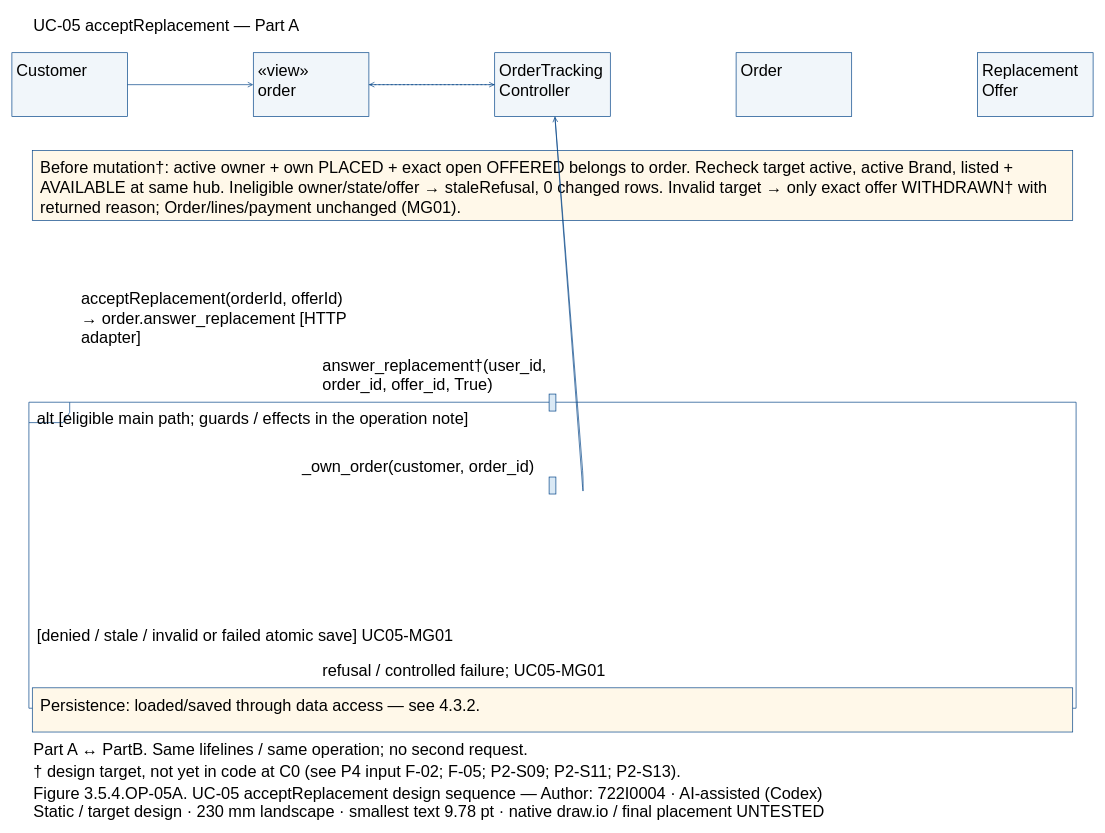
Dat071104/SaigonBite keeps this draw.io diagram as models/UC-05/seq_uc05_acceptReplacement_PartA.drawio. Above is the earlier version. Source tidied: cells renumbered, new cells numbered last; positions are measured from the earlier drawing's top-left corner, leaving out a move shared by most shapes. Both pictures are drawn from the tidied source at 68%, with x=0, y=0 at pixel (12, 12).
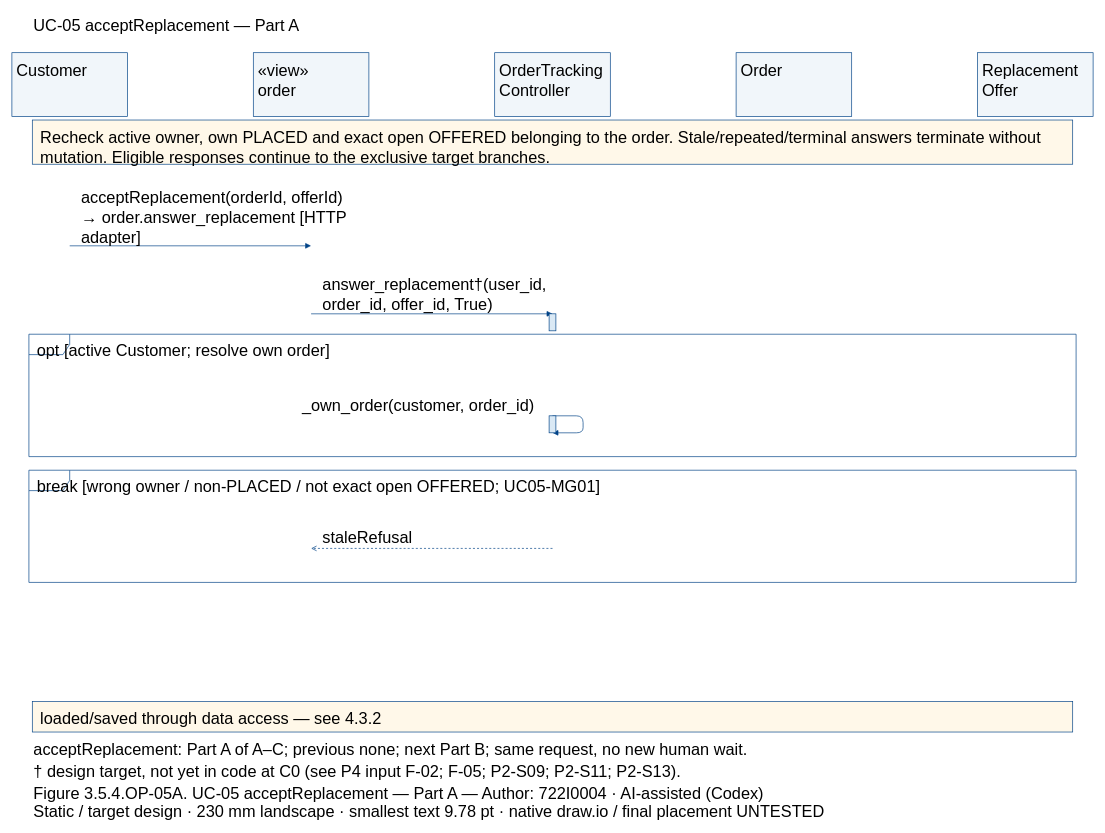
After the change.

The change refers to these unchanged cells:
```xml
<mxCell id="3" style="fillColor=#F1F6FA;strokeColor=#004387;fontFamily=Arial;fontSize=24;whiteSpace=wrap;html=0;" parent="1" vertex="1">
  <mxGeometry y="60" width="170" height="94" as="geometry" />
</mxCell>
<mxCell id="5" style="fillColor=#F1F6FA;strokeColor=#004387;fontFamily=Arial;fontSize=24;whiteSpace=wrap;html=0;" parent="1" vertex="1">
  <mxGeometry x="355" y="60" width="170" height="94" as="geometry" />
</mxCell>
<mxCell id="7" style="fillColor=#F1F6FA;strokeColor=#004387;fontFamily=Arial;fontSize=24;whiteSpace=wrap;html=0;" parent="1" vertex="1">
  <mxGeometry x="710" y="60" width="170" height="94" as="geometry" />
</mxCell>
```

Change to the diagram source:
```diff
@@
-    <mxCell id="13" style="fillColor=white;strokeColor=#004387;shape=umlFrame;fillColor=none;fontFamily=Arial;fontSize=24;whiteSpace=wrap;html=0;" parent="1" vertex="1">
-      <mxGeometry x="25" y="574" width="1540" height="450" as="geometry" />
-    </mxCell>
-    <mxCell id="14" value="alt [eligible main path; guards / effects in the operation note]" style="text;align=left;verticalAlign=top;strokeColor=none;fillColor=none;fontFamily=Arial;fontSize=24;whiteSpace=wrap;html=0;" parent="1" vertex="1">
-      <mxGeometry x="35" y="577" width="1520" height="27.6" as="geometry" />
-    </mxCell>
-    <mxCell id="15" value="[denied / stale / invalid or failed atomic save] UC05-MG01" style="text;align=left;verticalAlign=top;strokeColor=none;fillColor=none;fontFamily=Arial;fontSize=24;whiteSpace=wrap;html=0;" parent="1" vertex="1">
-      <mxGeometry x="35" y="897" width="1520" height="27.6" as="geometry" />
-    </mxCell>
-    <mxCell id="16" style="fillColor=#FFF8E9;strokeColor=#004387;fontFamily=Arial;fontSize=24;whiteSpace=wrap;html=0;" parent="1" vertex="1">
-      <mxGeometry x="30" y="204" width="1530" height="102.8" as="geometry" />
-    </mxCell>
-    <mxCell id="17" value="Before mutation†: active owner + own PLACED + exact open OFFERED belongs to order. Recheck target active, active Brand, listed +&#10;AVAILABLE at same hub. Ineligible owner/state/offer → staleRefusal, 0 changed rows. Invalid target → only exact offer WITHDRAWN† with&#10;returned reason; Order/lines/payment unchanged (MG01)." style="text;align=left;verticalAlign=top;strokeColor=none;fillColor=none;fontFamily=Arial;fontSize=24;whiteSpace=wrap;html=0;" parent="1" vertex="1">
-      <mxGeometry x="40" y="209" width="1510" height="82.8" as="geometry" />
-    </mxCell>
-    <mxCell id="18" style="fillColor=#FFF8E9;strokeColor=#004387;fontFamily=Arial;fontSize=24;whiteSpace=wrap;html=0;" parent="1" vertex="1">
-      <mxGeometry x="30" y="994" width="1530" height="65" as="geometry" />
-    </mxCell>
-    <mxCell id="19" value="Persistence: loaded/saved through data access — see 4.3.2." style="text;align=left;verticalAlign=top;strokeColor=none;fillColor=none;fontFamily=Arial;fontSize=24;whiteSpace=wrap;html=0;" parent="1" vertex="1">
-      <mxGeometry x="40" y="999" width="1510" height="27.6" as="geometry" />
-    </mxCell>
-    <mxCell id="20" style="edgeStyle=none;endArrow=open;strokeColor=#004387;" parent="1" edge="1" source="3" target="5">
-      <mxGeometry relative="1" as="geometry" />
-    </mxCell>
+    <mxCell id="34" style="fillColor=white;strokeColor=#004387;shape=umlFrame;fillColor=none;fontFamily=Arial;fontSize=24;whiteSpace=wrap;html=0;" parent="1" vertex="1">
+      <mxGeometry x="25" y="474" width="1540" height="180" as="geometry" />
+    </mxCell>
+    <mxCell id="35" value="opt [active Customer; resolve own order]" style="text;align=left;verticalAlign=top;strokeColor=none;fillColor=none;fontFamily=Arial;fontSize=24;whiteSpace=wrap;html=0;" parent="1" vertex="1">
+      <mxGeometry x="35" y="477" width="1520" height="27.6" as="geometry" />
+    </mxCell>
+    <mxCell id="36" style="fillColor=white;strokeColor=#004387;shape=umlFrame;fillColor=none;fontFamily=Arial;fontSize=24;whiteSpace=wrap;html=0;" parent="1" vertex="1">
+      <mxGeometry x="25" y="674" width="1540" height="165" as="geometry" />
+    </mxCell>
+    <mxCell id="37" value="break [wrong owner / non-PLACED / not exact open OFFERED; UC05-MG01]" style="text;align=left;verticalAlign=top;strokeColor=none;fillColor=none;fontFamily=Arial;fontSize=24;whiteSpace=wrap;html=0;" parent="1" vertex="1">
+      <mxGeometry x="35" y="677" width="1520" height="27.6" as="geometry" />
+    </mxCell>
+    <mxCell id="38" style="fillColor=#FFF8E9;strokeColor=#004387;fontFamily=Arial;fontSize=24;whiteSpace=wrap;html=0;" parent="1" vertex="1">
+      <mxGeometry x="30" y="159" width="1530" height="65" as="geometry" />
+    </mxCell>
+    <mxCell id="39" value="Recheck active owner, own PLACED and exact open OFFERED belonging to the order. Stale/repeated/terminal answers terminate without&#10;mutation. Eligible responses continue to the exclusive target branches." style="text;align=left;verticalAlign=top;strokeColor=none;fillColor=none;fontFamily=Arial;fontSize=24;whiteSpace=wrap;html=0;" parent="1" vertex="1">
+      <mxGeometry x="40" y="164" width="1510" height="55.2" as="geometry" />
+    </mxCell>
+    <mxCell id="40" style="fillColor=#FFF8E9;strokeColor=#004387;fontFamily=Arial;fontSize=24;whiteSpace=wrap;html=0;" parent="1" vertex="1">
+      <mxGeometry x="30" y="1014" width="1530" height="45" as="geometry" />
+    </mxCell>
+    <mxCell id="41" value="loaded/saved through data access — see 4.3.2" style="text;align=left;verticalAlign=top;strokeColor=none;fillColor=none;fontFamily=Arial;fontSize=24;whiteSpace=wrap;html=0;" parent="1" vertex="1">
+      <mxGeometry x="40" y="1019" width="1510" height="27.6" as="geometry" />
+    </mxCell>
+    <mxCell id="42" style="opacity=0;strokeColor=none;fillColor=none;fontFamily=Arial;fontSize=24;whiteSpace=wrap;html=0;" parent="1" vertex="1">
+      <mxGeometry x="84.5" y="343.5" width="1" height="1" as="geometry" />
+    </mxCell>
+    <mxCell id="43" style="opacity=0;strokeColor=none;fillColor=none;fontFamily=Arial;fontSize=24;whiteSpace=wrap;html=0;" parent="1" vertex="1">
+      <mxGeometry x="439.5" y="343.5" width="1" height="1" as="geometry" />
+    </mxCell>
+    <mxCell id="44" style="edgeStyle=none;endArrow=block;endFill=1;strokeColor=#004387;exitX=0.5;exitY=0.5;exitPerimeter=0;entryX=0.5;entryY=0.5;entryPerimeter=0;" parent="1" edge="1" source="42" target="43">
+      <mxGeometry relative="1" as="geometry" />
+    </mxCell>
     <mxCell id="21" value="acceptReplacement(orderId, offerId)&#10;→ order.answer_replacement [HTTP&#10;adapter]" style="text;align=left;verticalAlign=top;strokeColor=none;fillColor=none;fontFamily=Arial;fontSize=24;whiteSpace=wrap;html=0;" parent="1" vertex="1">
-      <mxGeometry x="100" y="401.2" width="420" height="82.8" as="geometry" />
+      <mxGeometry x="100" y="253.2" width="420" height="82.8" as="geometry" />
     </mxCell>
-    <mxCell id="22" style="edgeStyle=none;endArrow=open;strokeColor=#004387;" parent="1" edge="1" source="5" target="7">
-      <mxGeometry relative="1" as="geometry" />
-    </mxCell>
+    <mxCell id="45" style="opacity=0;strokeColor=none;fillColor=none;fontFamily=Arial;fontSize=24;whiteSpace=wrap;html=0;" parent="1" vertex="1">
+      <mxGeometry x="439.5" y="443.5" width="1" height="1" as="geometry" />
+    </mxCell>
+    <mxCell id="46" style="opacity=0;strokeColor=none;fillColor=none;fontFamily=Arial;fontSize=24;whiteSpace=wrap;html=0;" parent="1" vertex="1">
+      <mxGeometry x="794.5" y="443.5" width="1" height="1" as="geometry" />
+    </mxCell>
+    <mxCell id="47" style="edgeStyle=none;endArrow=block;endFill=1;strokeColor=#004387;exitX=0.5;exitY=0.5;exitPerimeter=0;entryX=0.5;entryY=0.5;entryPerimeter=0;" parent="1" edge="1" source="45" target="46">
+      <mxGeometry relative="1" as="geometry" />
+    </mxCell>
     <mxCell id="23" value="answer_replacement†(user_id,&#10;order_id, offer_id, True)" style="text;align=left;verticalAlign=top;strokeColor=none;fillColor=none;fontFamily=Arial;fontSize=24;whiteSpace=wrap;html=0;" parent="1" vertex="1">
-      <mxGeometry x="455" y="498.8" width="420" height="55.2" as="geometry" />
+      <mxGeometry x="455" y="380.8" width="420" height="55.2" as="geometry" />
     </mxCell>
-    <mxCell id="24" style="fillColor=#DAE9F5;strokeColor=#004387;fontFamily=Arial;fontSize=24;whiteSpace=wrap;html=0;" parent="1" vertex="1">
-      <mxGeometry x="790" y="562" width="10" height="25" as="geometry" />
-    </mxCell>
-    <mxCell id="25" style="edgeStyle=none;endArrow=open;strokeColor=#004387;" parent="1" edge="1" source="7" target="7">
-      <mxGeometry relative="1" as="geometry">
-        <Array as="points">
-          <mxPoint x="840" y="684" />
-          <mxPoint x="840" y="709" />
-        </Array>
-      </mxGeometry>
-    </mxCell>
+    <mxCell id="48" style="fillColor=#DAE9F5;strokeColor=#004387;fontFamily=Arial;fontSize=24;whiteSpace=wrap;html=0;" parent="1" vertex="1">
+      <mxGeometry x="790" y="444" width="10" height="25" as="geometry" />
+    </mxCell>
+    <mxCell id="49" style="opacity=0;strokeColor=none;fillColor=none;fontFamily=Arial;fontSize=24;whiteSpace=wrap;html=0;" parent="1" vertex="1">
+      <mxGeometry x="794.5" y="593.5" width="1" height="1" as="geometry" />
+    </mxCell>
+    <mxCell id="50" style="opacity=0;strokeColor=none;fillColor=none;fontFamily=Arial;fontSize=24;whiteSpace=wrap;html=0;" parent="1" vertex="1">
+      <mxGeometry x="794.5" y="618.5" width="1" height="1" as="geometry" />
+    </mxCell>
+    <mxCell id="51" style="edgeStyle=none;endArrow=block;endFill=1;strokeColor=#004387;exitX=0.5;exitY=0.5;exitPerimeter=0;entryX=0.5;entryY=0.5;entryPerimeter=0;" parent="1" edge="1" source="49" target="50">
+      <mxGeometry relative="1" as="geometry">
+        <Array as="points">
+          <mxPoint x="840" y="594" />
+          <mxPoint x="840" y="619" />
+        </Array>
+      </mxGeometry>
+    </mxCell>
     <mxCell id="26" value="_own_order(customer, order_id)" style="text;align=left;verticalAlign=top;strokeColor=none;fillColor=none;fontFamily=Arial;fontSize=24;whiteSpace=wrap;html=0;" parent="1" vertex="1">
-      <mxGeometry x="425" y="648.4" width="450" height="27.6" as="geometry" />
+      <mxGeometry x="425" y="558.4" width="450" height="27.6" as="geometry" />
     </mxCell>
-    <mxCell id="27" style="fillColor=#DAE9F5;strokeColor=#004387;fontFamily=Arial;fontSize=24;whiteSpace=wrap;html=0;" parent="1" vertex="1">
-      <mxGeometry x="790" y="684" width="10" height="25" as="geometry" />
-    </mxCell>
-    <mxCell id="28" style="edgeStyle=none;endArrow=open;dashed=1;strokeColor=#004387;" parent="1" edge="1" source="7" target="5">
-      <mxGeometry relative="1" as="geometry" />
-    </mxCell>
-    <mxCell id="29" value="refusal / controlled failure; UC05-MG01" style="text;align=left;verticalAlign=top;strokeColor=none;fillColor=none;fontFamily=Arial;fontSize=24;whiteSpace=wrap;html=0;" parent="1" vertex="1">
-      <mxGeometry x="455" y="948.4" width="420" height="27.6" as="geometry" />
-    </mxCell>
-    <mxCell id="30" value="Part A ↔ PartB. Same lifelines / same operation; no second request." style="text;align=left;verticalAlign=top;strokeColor=none;fillColor=none;fontFamily=Arial;fontSize=24;whiteSpace=wrap;html=0;" parent="1" vertex="1">
-      <mxGeometry x="30" y="1064" width="1530" height="27.6" as="geometry" />
-    </mxCell>
+    <mxCell id="52" style="fillColor=#DAE9F5;strokeColor=#004387;fontFamily=Arial;fontSize=24;whiteSpace=wrap;html=0;" parent="1" vertex="1">
+      <mxGeometry x="790" y="594" width="10" height="25" as="geometry" />
+    </mxCell>
+    <mxCell id="53" style="opacity=0;strokeColor=none;fillColor=none;fontFamily=Arial;fontSize=24;whiteSpace=wrap;html=0;" parent="1" vertex="1">
+      <mxGeometry x="794.5" y="788.5" width="1" height="1" as="geometry" />
+    </mxCell>
+    <mxCell id="54" style="opacity=0;strokeColor=none;fillColor=none;fontFamily=Arial;fontSize=24;whiteSpace=wrap;html=0;" parent="1" vertex="1">
+      <mxGeometry x="439.5" y="788.5" width="1" height="1" as="geometry" />
+    </mxCell>
+    <mxCell id="55" style="edgeStyle=none;endArrow=open;endFill=0;dashed=1;strokeColor=#004387;exitX=0.5;exitY=0.5;exitPerimeter=0;entryX=0.5;entryY=0.5;entryPerimeter=0;" parent="1" edge="1" source="53" target="54">
+      <mxGeometry relative="1" as="geometry" />
+    </mxCell>
+    <mxCell id="56" value="staleRefusal" style="text;align=left;verticalAlign=top;strokeColor=none;fillColor=none;fontFamily=Arial;fontSize=24;whiteSpace=wrap;html=0;" parent="1" vertex="1">
+      <mxGeometry x="455" y="753.4" width="420" height="27.6" as="geometry" />
+    </mxCell>
-    <mxCell id="31" value="† design target, not yet in code at C0 (see P4 input F-02; F-05; P2-S09; P2-S11; P2-S13)." style="text;align=left;verticalAlign=top;strokeColor=none;fillColor=none;fontFamily=Arial;fontSize=24;whiteSpace=wrap;html=0;" parent="1" vertex="1">
-      <mxGeometry x="30" y="1096" width="1530" height="27.6" as="geometry" />
+    <mxCell id="31" value="acceptReplacement: Part A of A–C; previous none; next Part B; same request, no new human wait." style="text;align=left;verticalAlign=top;strokeColor=none;fillColor=none;fontFamily=Arial;fontSize=24;whiteSpace=wrap;html=0;" parent="1" vertex="1">
+      <mxGeometry x="30" y="1064" width="1530" height="27.6" as="geometry" />
     </mxCell>
-    <mxCell id="32" value="Figure 3.5.4.OP-05A. UC-05 acceptReplacement design sequence — Author: 722I0004 · AI-assisted (Codex)" style="text;align=left;verticalAlign=top;strokeColor=none;fillColor=none;fontFamily=Arial;fontSize=24;whiteSpace=wrap;html=0;" parent="1" vertex="1">
-      <mxGeometry x="30" y="1129" width="1530" height="27.6" as="geometry" />
+    <mxCell id="32" value="† design target, not yet in code at C0 (see P4 input F-02; F-05; P2-S09; P2-S11; P2-S13)." style="text;align=left;verticalAlign=top;strokeColor=none;fillColor=none;fontFamily=Arial;fontSize=24;whiteSpace=wrap;html=0;" parent="1" vertex="1">
+      <mxGeometry x="30" y="1096" width="1530" height="27.6" as="geometry" />
     </mxCell>
-    <mxCell id="33" value="Static / target design · 230 mm landscape · smallest text 9.78 pt · native draw.io / final placement UNTESTED" style="text;align=left;verticalAlign=top;strokeColor=none;fillColor=none;fontFamily=Arial;fontSize=24;whiteSpace=wrap;html=0;" parent="1" vertex="1">
-      <mxGeometry x="30" y="1155" width="1530" height="27.6" as="geometry" />
+    <mxCell id="33" value="Figure 3.5.4.OP-05A. UC-05 acceptReplacement — Part A — Author: 722I0004 · AI-assisted (Codex)" style="text;align=left;verticalAlign=top;strokeColor=none;fillColor=none;fontFamily=Arial;fontSize=24;whiteSpace=wrap;html=0;" parent="1" vertex="1">
+      <mxGeometry x="30" y="1129" width="1530" height="27.6" as="geometry" />
     </mxCell>
+    <mxCell id="57" value="Static / target design · 230 mm landscape · smallest text 9.78 pt · native draw.io / final placement UNTESTED" style="text;align=left;verticalAlign=top;strokeColor=none;fillColor=none;fontFamily=Arial;fontSize=24;whiteSpace=wrap;html=0;" parent="1" vertex="1">
+      <mxGeometry x="30" y="1155" width="1530" height="27.6" as="geometry" />
+    </mxCell>
```
